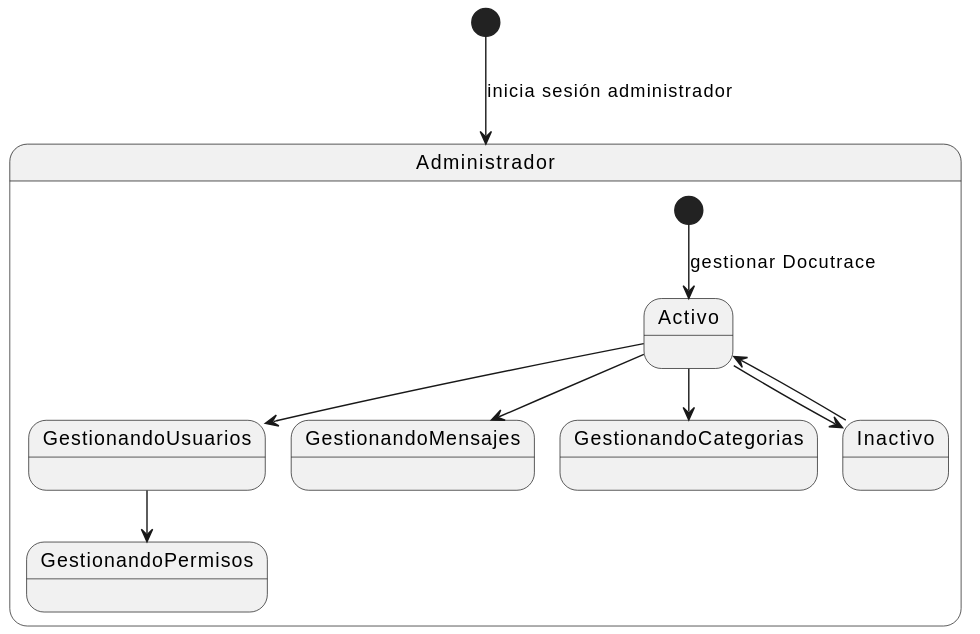
Above: docs/modeloDeDominio/diagramaDeEstados/TerceraIteracion/Administrador/diagrama_de_estados_administrador.svg in mmasias/24-25-IdSw1-SDR (PlantUML), before the change.
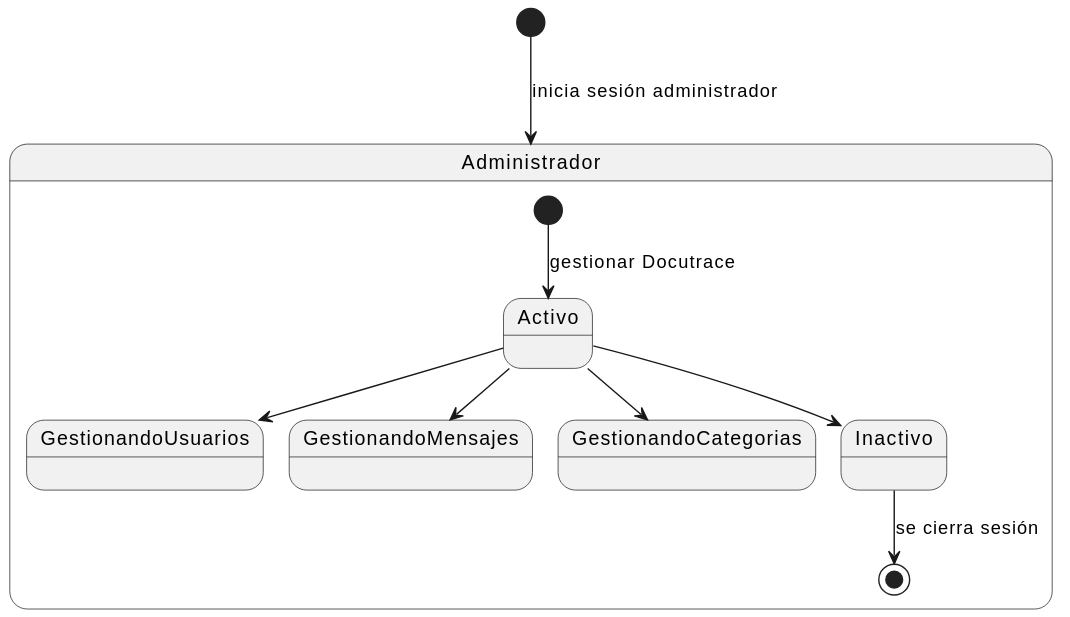
After the commit.

Commit message:
docs: actualizar diagrama de estados del administrador para incluir cierre de sesión

Diff of the diagram source:
```diff
@@ -6,12 +6,11 @@
     [*]-->Activo: gestionar Docutrace
 
     Activo --> GestionandoUsuarios
-    GestionandoUsuarios --> GestionandoPermisos
     Activo --> GestionandoMensajes
     Activo --> GestionandoCategorias
 
     Activo --> Inactivo
-    Inactivo --> Activo
+    Inactivo --> [*] : se cierra sesión
 
   }
 @enduml
```
